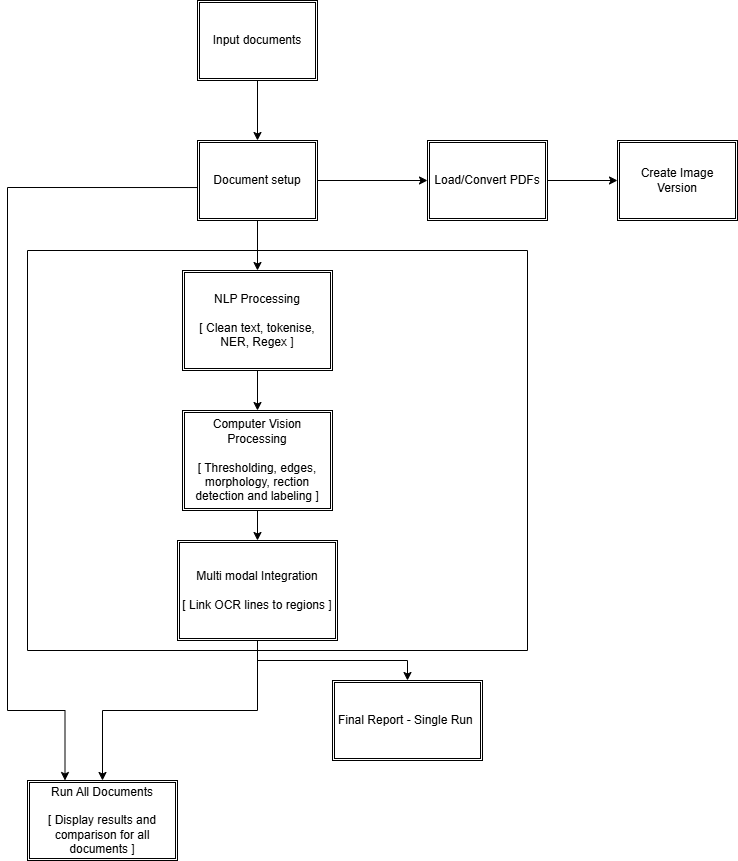
Earlier version of the draw.io export CA2_HighLevelPipeline_Overview.drawio.png (ATU-BDAAI/ca2-assignment-one-random-random-1). Source tidied: cells renumbered, new cells last; positions are measured from the earlier drawing's top-left corner, leaving out a move shared by most shapes.
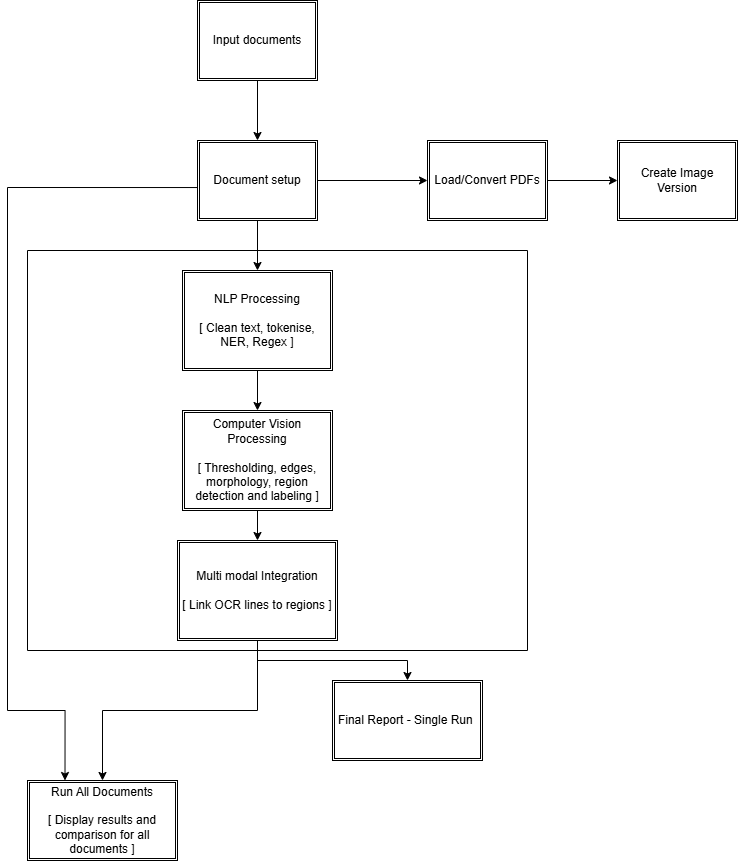
Above is the later version.

Diff of the diagram source:
```diff
@@ -35,7 +35,7 @@
     <mxCell id="12" style="edgeStyle=orthogonalEdgeStyle;rounded=0;jettySize=auto;html=1;" parent="1" edge="1" source="13" target="15">
       <mxGeometry relative="1" as="geometry" />
     </mxCell>
-    <mxCell id="13" value="Computer Vision Processing&lt;div&gt;&lt;br&gt;&lt;div&gt;[ Thresholding, edges, morphology, rection detection and labeling ]&lt;/div&gt;&lt;/div&gt;" style="shape=ext;double=1;rounded=0;whiteSpace=wrap;html=1;" parent="1" vertex="1">
+    <mxCell id="13" value="Computer Vision Processing&lt;div&gt;&lt;br&gt;&lt;div&gt;[ Thresholding, edges, morphology, region detection and labeling ]&lt;/div&gt;&lt;/div&gt;" style="shape=ext;double=1;rounded=0;whiteSpace=wrap;html=1;" parent="1" vertex="1">
       <mxGeometry x="175" y="410" width="150" height="100" as="geometry" />
     </mxCell>
     <mxCell id="14" style="edgeStyle=orthogonalEdgeStyle;rounded=0;jettySize=auto;html=1;" parent="1" edge="1" source="15" target="16">
```
